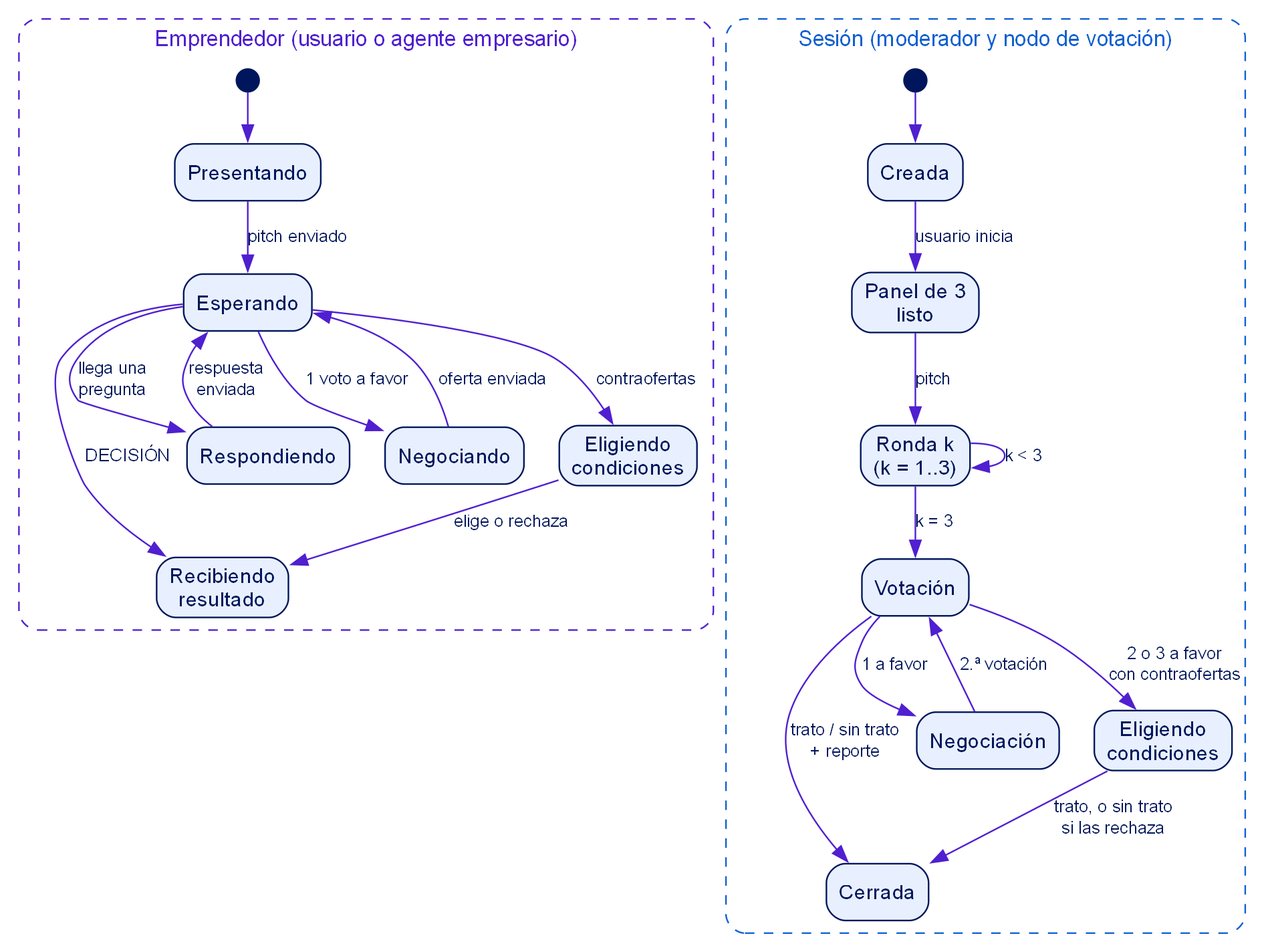
albertolopezb/NeuralHub keeps this Graphviz diagram as docs/figuras/f08_estados_emprendedor_sesion.png. Above is the earlier version. Its source is kept beside it as docs/figuras/f08_estados_emprendedor_sesion.dot.
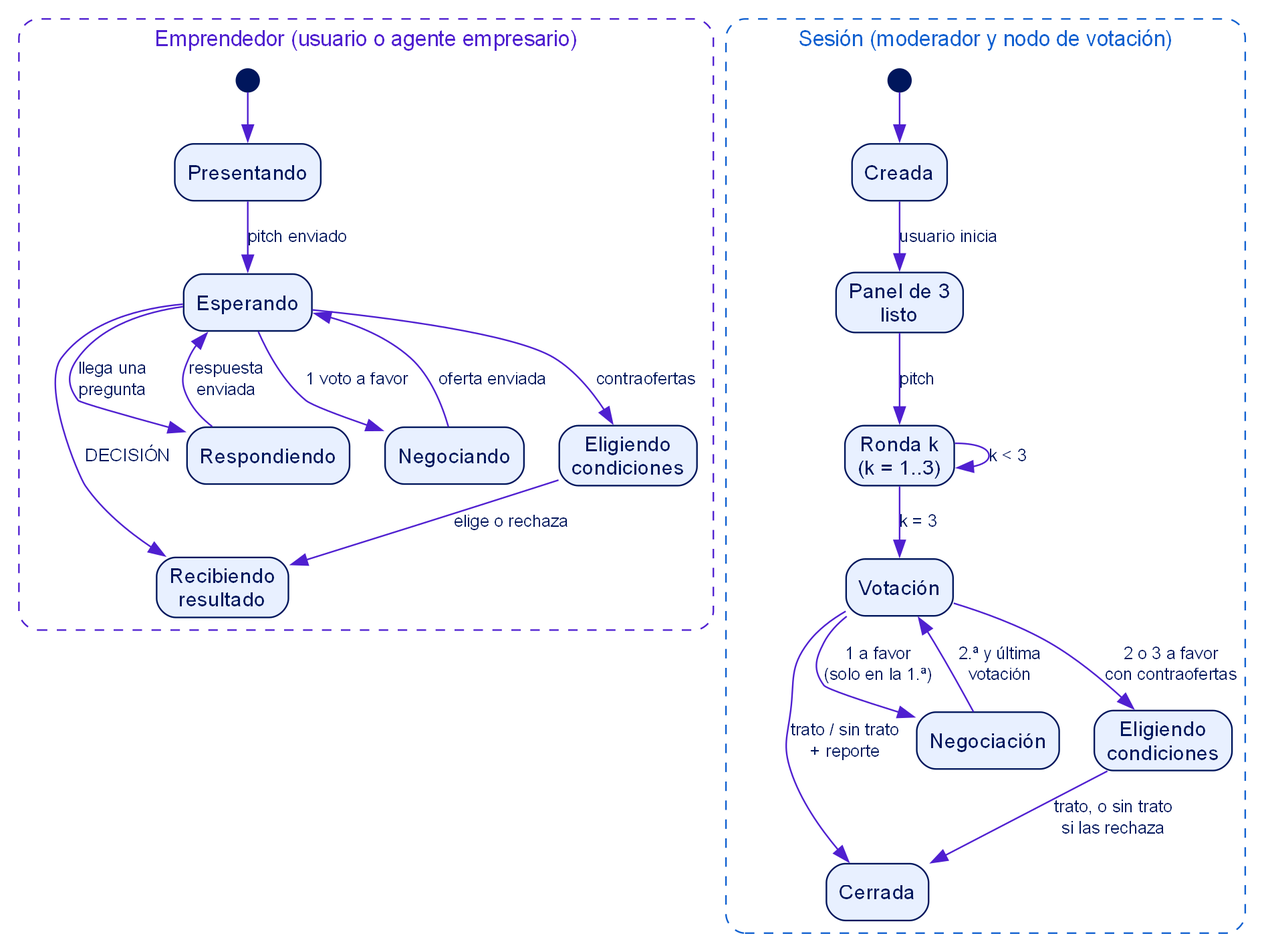
The same file after the commit.

The edit, as a diff of the source:
```diff
@@ -4,5 +4,5 @@
  e0->Pres; Pres->EspE[label="pitch enviado"]; EspE->Resp[label="llega una\npregunta"]; Resp->EspE[label="respuesta\nenviada"]; EspE->Neg[label="1 voto a favor"]; Elig[label="Eligiendo\ncondiciones"]; EspE->Elig[label="contraofertas"]; Elig->Rec[label="elige o rechaza"]; Neg->EspE[label="oferta enviada"]; EspE->Rec[label="DECISIÓN"];}
 subgraph cluster_s{label="Sesión (moderador y nodo de votación)";fontcolor="#1060D0";color="#1060D0";style="rounded,dashed";fontname="Helvetica";
  s0[shape=circle,label="",width=.2,fillcolor="#00165C"]; Cre[label="Creada"]; Pan[label="Panel de 3\nlisto"]; Ron[label="Ronda k\n(k = 1..3)"]; Vot[label="Votación"]; Ngc[label="Negociación"]; Cer[label="Cerrada"];
- s0->Cre; Cre->Pan[label="usuario inicia"]; Pan->Ron[label="pitch"]; Ron->Ron[label="k < 3"]; Ron->Vot[label="k = 3"]; Vot->Ngc[label="1 a favor"]; Ngc->Vot[label="2.ª votación"]; Eli[label="Eligiendo\ncondiciones"]; Vot->Eli[label="2 o 3 a favor\ncon contraofertas"]; Eli->Cer[label="trato, o sin trato\nsi las rechaza"]; Vot->Cer[label="trato / sin trato\n+ reporte"];}
+ s0->Cre; Cre->Pan[label="usuario inicia"]; Pan->Ron[label="pitch"]; Ron->Ron[label="k < 3"]; Ron->Vot[label="k = 3"]; Vot->Ngc[label="1 a favor\n(solo en la 1.ª)"]; Ngc->Vot[label="2.ª y última\nvotación"]; Eli[label="Eligiendo\ncondiciones"]; Vot->Eli[label="2 o 3 a favor\ncon contraofertas"]; Eli->Cer[label="trato, o sin trato\nsi las rechaza"]; Vot->Cer[label="trato / sin trato\n+ reporte"];}
 }
```
